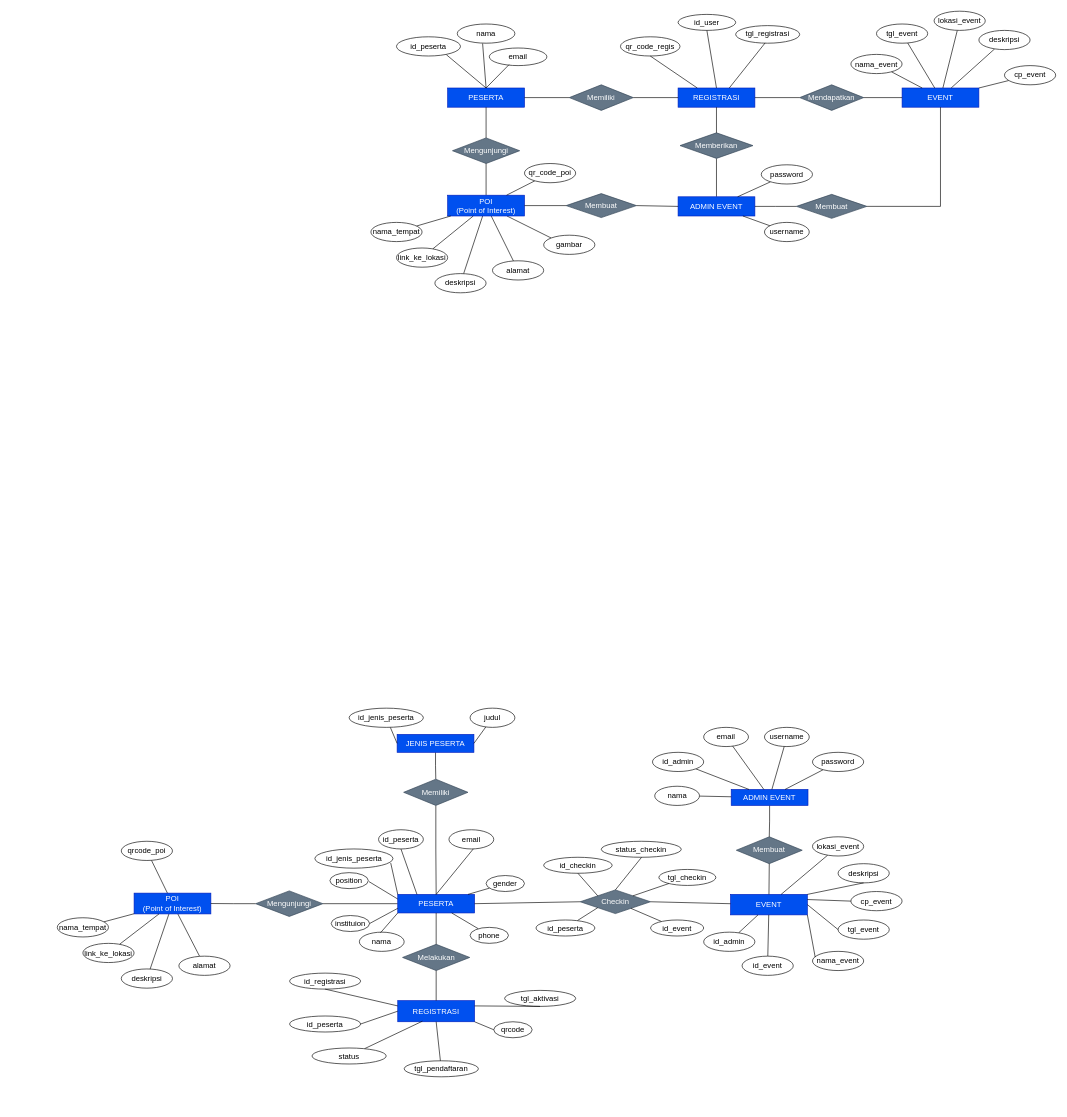
Before: diagram/citynet_dfd.drawio in kominfo-denpasar/drawio, a draw.io diagram. Source tidied: cells renumbered, new cells numbered last; positions are measured from the earlier drawing's top-left corner, leaving out a move shared by most shapes. Both pictures are drawn from the tidied source at 64%, with x=0, y=0 at pixel (57, 11).
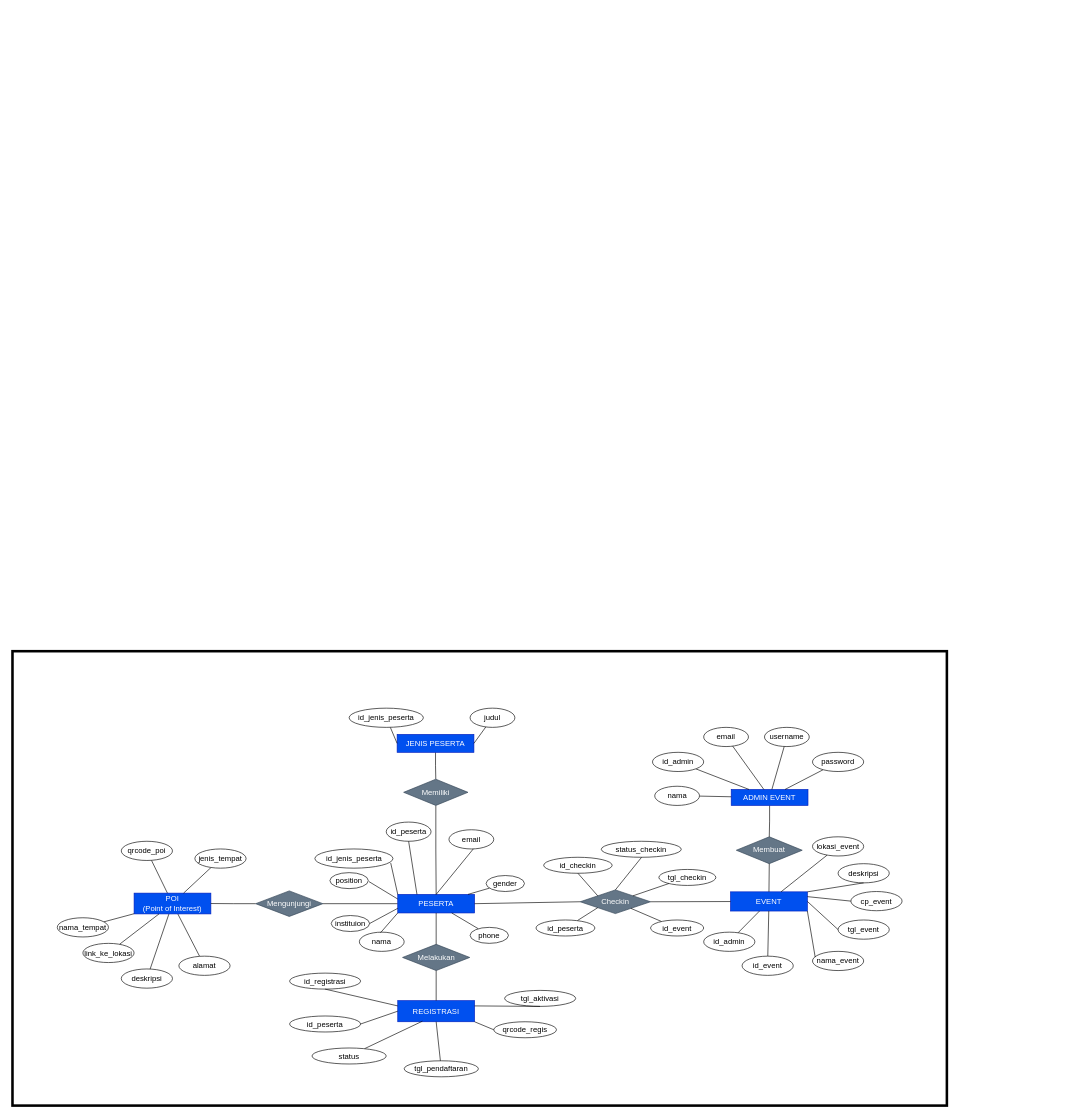
Above is the later version.

Unchanged cells that the change refers to:
```xml
<mxCell id="148" value="POI&lt;div&gt;(Point of Interest)&lt;/div&gt;" style="rounded=0;whiteSpace=wrap;html=1;fillColor=#0050ef;strokeColor=#001DBC;fontColor=#ffffff;" parent="1" vertex="1">
  <mxGeometry x="120" y="1378" width="120" height="32.5" as="geometry" />
</mxCell>
```

Change to the diagram source:
```diff
@@
-    <mxCell id="2" value="PESERTA" style="rounded=0;whiteSpace=wrap;html=1;fillColor=#0050ef;strokeColor=#001DBC;fontColor=#ffffff;" parent="1" vertex="1">
-      <mxGeometry x="610" y="120" width="120" height="30" as="geometry" />
-    </mxCell>
-    <mxCell id="3" value="Memiliki" style="rhombus;whiteSpace=wrap;html=1;fillColor=#647687;fontColor=#ffffff;strokeColor=#314354;" parent="1" vertex="1">
-      <mxGeometry x="800" y="115" width="100" height="40" as="geometry" />
-    </mxCell>
-    <mxCell id="4" value="REGISTRASI" style="rounded=0;whiteSpace=wrap;html=1;fillColor=#0050ef;strokeColor=#001DBC;fontColor=#ffffff;" parent="1" vertex="1">
-      <mxGeometry x="970" y="120" width="120" height="30" as="geometry" />
-    </mxCell>
-    <mxCell id="5" style="endArrow=none;html=1;rounded=0;entryX=0;entryY=0.5;entryDx=0;entryDy=0;exitX=1;exitY=0.5;exitDx=0;exitDy=0;" parent="1" edge="1" source="2" target="3">
-      <mxGeometry relative="1" as="geometry" />
-    </mxCell>
-    <mxCell id="6" value="id_peserta" style="ellipse;whiteSpace=wrap;html=1;" parent="1" vertex="1">
-      <mxGeometry x="530" y="40" width="100" height="30" as="geometry" />
-    </mxCell>
-    <mxCell id="7" value="nama" style="ellipse;whiteSpace=wrap;html=1;" parent="1" vertex="1">
-      <mxGeometry x="625" y="20" width="90" height="30" as="geometry" />
-    </mxCell>
-    <mxCell id="8" value="email" style="ellipse;whiteSpace=wrap;html=1;" parent="1" vertex="1">
-      <mxGeometry x="675" y="57.5" width="90" height="27.5" as="geometry" />
-    </mxCell>
-    <mxCell id="9" style="endArrow=none;html=1;rounded=0;exitX=0.5;exitY=0;exitDx=0;exitDy=0;entryX=0.779;entryY=0.931;entryDx=0;entryDy=0;entryPerimeter=0;" parent="1" edge="1" source="2" target="6">
-      <mxGeometry relative="1" as="geometry" />
-    </mxCell>
-    <mxCell id="10" style="endArrow=none;html=1;rounded=0;exitX=0.5;exitY=0;exitDx=0;exitDy=0;entryX=0.44;entryY=1.019;entryDx=0;entryDy=0;entryPerimeter=0;" parent="1" edge="1" source="2" target="7">
-      <mxGeometry relative="1" as="geometry" />
-    </mxCell>
-    <mxCell id="11" style="endArrow=none;html=1;rounded=0;entryX=0.343;entryY=0.946;entryDx=0;entryDy=0;entryPerimeter=0;" parent="1" edge="1" target="8">
-      <mxGeometry relative="1" as="geometry">
-        <mxPoint x="670" y="120" as="sourcePoint" />
-      </mxGeometry>
-    </mxCell>
-    <mxCell id="12" style="endArrow=none;html=1;rounded=0;entryX=0;entryY=0.5;entryDx=0;entryDy=0;exitX=1;exitY=0.5;exitDx=0;exitDy=0;" parent="1" edge="1" source="3" target="4">
-      <mxGeometry relative="1" as="geometry" />
-    </mxCell>
-    <mxCell id="13" value="Mendapatkan" style="rhombus;whiteSpace=wrap;html=1;fillColor=#647687;fontColor=#ffffff;strokeColor=#314354;" parent="1" vertex="1">
-      <mxGeometry x="1160" y="115" width="100" height="40" as="geometry" />
-    </mxCell>
-    <mxCell id="14" value="EVENT" style="rounded=0;whiteSpace=wrap;html=1;fillColor=#0050ef;strokeColor=#001DBC;fontColor=#ffffff;" parent="1" vertex="1">
-      <mxGeometry x="1320" y="120" width="120" height="30" as="geometry" />
-    </mxCell>
-    <mxCell id="15" style="endArrow=none;html=1;rounded=0;entryX=0;entryY=0.5;entryDx=0;entryDy=0;exitX=1;exitY=0.5;exitDx=0;exitDy=0;" parent="1" edge="1" source="4" target="13">
-      <mxGeometry relative="1" as="geometry" />
-    </mxCell>
-    <mxCell id="16" style="endArrow=none;html=1;rounded=0;exitX=1;exitY=0.5;exitDx=0;exitDy=0;entryX=0;entryY=0.5;entryDx=0;entryDy=0;" parent="1" edge="1" source="13" target="14">
-      <mxGeometry relative="1" as="geometry" />
-    </mxCell>
-    <mxCell id="17" value="qr_code_regis" style="ellipse;whiteSpace=wrap;html=1;" parent="1" vertex="1">
-      <mxGeometry x="880" y="40" width="93" height="30" as="geometry" />
-    </mxCell>
-    <mxCell id="18" value="id_user" style="ellipse;whiteSpace=wrap;html=1;" parent="1" vertex="1">
-      <mxGeometry x="970" y="5" width="90" height="25" as="geometry" />
-    </mxCell>
-    <mxCell id="19" value="tgl_registrasi" style="ellipse;whiteSpace=wrap;html=1;" parent="1" vertex="1">
-      <mxGeometry x="1060" y="22.5" width="100" height="27.5" as="geometry" />
-    </mxCell>
-    <mxCell id="20" style="endArrow=none;html=1;rounded=0;exitX=0.25;exitY=0;exitDx=0;exitDy=0;entryX=0.5;entryY=1;entryDx=0;entryDy=0;" parent="1" edge="1" source="4" target="17">
-      <mxGeometry relative="1" as="geometry" />
-    </mxCell>
-    <mxCell id="21" style="endArrow=none;html=1;rounded=0;exitX=0.5;exitY=0;exitDx=0;exitDy=0;entryX=0.5;entryY=1;entryDx=0;entryDy=0;" parent="1" edge="1" source="4" target="18">
-      <mxGeometry relative="1" as="geometry" />
-    </mxCell>
-    <mxCell id="22" style="endArrow=none;html=1;rounded=0;entryX=0.46;entryY=0.986;entryDx=0;entryDy=0;entryPerimeter=0;" parent="1" edge="1" target="19">
-      <mxGeometry relative="1" as="geometry">
-        <mxPoint x="1050" y="120" as="sourcePoint" />
-      </mxGeometry>
-    </mxCell>
-    <mxCell id="23" value="Mengunjungi" style="rhombus;whiteSpace=wrap;html=1;fillColor=#647687;fontColor=#ffffff;strokeColor=#314354;" parent="1" vertex="1">
-      <mxGeometry x="617.5" y="198" width="105" height="40" as="geometry" />
-    </mxCell>
-    <mxCell id="24" style="edgeStyle=orthogonalEdgeStyle;rounded=0;jettySize=auto;html=1;entryX=0.5;entryY=1;entryDx=0;entryDy=0;endArrow=none;endFill=0;" parent="1" edge="1" source="28" target="23">
-      <mxGeometry relative="1" as="geometry" />
-    </mxCell>
-    <mxCell id="25" style="rounded=0;jettySize=auto;html=1;entryX=0;entryY=0;entryDx=0;entryDy=0;endArrow=none;endFill=0;" parent="1" edge="1" source="28" target="60">
-      <mxGeometry relative="1" as="geometry" />
-    </mxCell>
-    <mxCell id="26" style="rounded=0;jettySize=auto;html=1;endArrow=none;endFill=0;" parent="1" edge="1" source="28" target="55">
-      <mxGeometry relative="1" as="geometry" />
-    </mxCell>
-    <mxCell id="27" style="rounded=0;jettySize=auto;html=1;endArrow=none;endFill=0;" parent="1" edge="1" source="28" target="52">
-      <mxGeometry relative="1" as="geometry" />
-    </mxCell>
-    <mxCell id="28" value="POI&lt;div&gt;(Point of Interest)&lt;/div&gt;" style="rounded=0;whiteSpace=wrap;html=1;fillColor=#0050ef;strokeColor=#001DBC;fontColor=#ffffff;" parent="1" vertex="1">
-      <mxGeometry x="610" y="287.5" width="120" height="32.5" as="geometry" />
-    </mxCell>
-    <mxCell id="29" value="Membuat" style="rhombus;whiteSpace=wrap;html=1;fillColor=#647687;fontColor=#ffffff;strokeColor=#314354;" parent="1" vertex="1">
-      <mxGeometry x="795" y="285" width="110" height="37.5" as="geometry" />
-    </mxCell>
-    <mxCell id="30" style="edgeStyle=orthogonalEdgeStyle;rounded=0;jettySize=auto;html=1;entryX=0.5;entryY=1;entryDx=0;entryDy=0;endArrow=none;endFill=0;" parent="1" edge="1" source="31" target="34">
-      <mxGeometry relative="1" as="geometry" />
-    </mxCell>
-    <mxCell id="31" value="ADMIN EVENT" style="rounded=0;whiteSpace=wrap;html=1;fillColor=#0050ef;strokeColor=#001DBC;fontColor=#ffffff;" parent="1" vertex="1">
-      <mxGeometry x="970" y="290" width="120" height="30" as="geometry" />
-    </mxCell>
-    <mxCell id="32" style="edgeStyle=orthogonalEdgeStyle;rounded=0;jettySize=auto;html=1;endArrow=none;endFill=0;" parent="1" edge="1" source="33" target="31">
-      <mxGeometry relative="1" as="geometry" />
-    </mxCell>
-    <mxCell id="33" value="Membuat" style="rhombus;whiteSpace=wrap;html=1;fillColor=#647687;fontColor=#ffffff;strokeColor=#314354;" parent="1" vertex="1">
-      <mxGeometry x="1155" y="286.2" width="110" height="37.5" as="geometry" />
-    </mxCell>
-    <mxCell id="34" value="Memberikan" style="rhombus;whiteSpace=wrap;html=1;fillColor=#647687;fontColor=#ffffff;strokeColor=#314354;" parent="1" vertex="1">
-      <mxGeometry x="973" y="190" width="114" height="40" as="geometry" />
-    </mxCell>
-    <mxCell id="35" style="endArrow=none;html=1;rounded=0;exitX=0.5;exitY=0;exitDx=0;exitDy=0;entryX=0.5;entryY=1;entryDx=0;entryDy=0;" parent="1" edge="1" source="23" target="2">
-      <mxGeometry relative="1" as="geometry" />
-    </mxCell>
-    <mxCell id="36" style="endArrow=none;html=1;rounded=0;entryX=0;entryY=0.5;entryDx=0;entryDy=0;exitX=1;exitY=0.5;exitDx=0;exitDy=0;" parent="1" edge="1" source="28" target="29">
-      <mxGeometry relative="1" as="geometry" />
-    </mxCell>
-    <mxCell id="37" style="endArrow=none;html=1;rounded=0;entryX=0;entryY=0.5;entryDx=0;entryDy=0;exitX=1;exitY=0.5;exitDx=0;exitDy=0;" parent="1" edge="1" source="29" target="31">
-      <mxGeometry relative="1" as="geometry" />
-    </mxCell>
-    <mxCell id="38" style="endArrow=none;html=1;rounded=0;exitX=0.5;exitY=0;exitDx=0;exitDy=0;entryX=0.5;entryY=1;entryDx=0;entryDy=0;" parent="1" edge="1" source="34" target="4">
-      <mxGeometry relative="1" as="geometry" />
-    </mxCell>
-    <mxCell id="39" style="endArrow=none;html=1;rounded=0;entryX=0.5;entryY=1;entryDx=0;entryDy=0;exitX=1;exitY=0.5;exitDx=0;exitDy=0;" parent="1" edge="1" source="33" target="14">
-      <mxGeometry relative="1" as="geometry">
-        <Array as="points">
-          <mxPoint x="1380" y="305" />
-        </Array>
-      </mxGeometry>
-    </mxCell>
-    <mxCell id="40" style="rounded=0;jettySize=auto;html=1;endArrow=none;endFill=0;" parent="1" edge="1" source="41" target="14">
-      <mxGeometry relative="1" as="geometry" />
-    </mxCell>
-    <mxCell id="41" value="nama_event" style="ellipse;whiteSpace=wrap;html=1;" parent="1" vertex="1">
-      <mxGeometry x="1240" y="67.5" width="80" height="30" as="geometry" />
-    </mxCell>
-    <mxCell id="42" style="rounded=0;jettySize=auto;html=1;endArrow=none;endFill=0;" parent="1" edge="1" source="43" target="14">
-      <mxGeometry relative="1" as="geometry" />
-    </mxCell>
-    <mxCell id="43" value="tgl_event" style="ellipse;whiteSpace=wrap;html=1;" parent="1" vertex="1">
-      <mxGeometry x="1280" y="20" width="80" height="30" as="geometry" />
-    </mxCell>
-    <mxCell id="44" style="rounded=0;jettySize=auto;html=1;endArrow=none;endFill=0;" parent="1" edge="1" source="45" target="14">
-      <mxGeometry relative="1" as="geometry" />
-    </mxCell>
-    <mxCell id="45" value="lokasi_event" style="ellipse;whiteSpace=wrap;html=1;" parent="1" vertex="1">
-      <mxGeometry x="1370" width="80" height="30" as="geometry" />
-    </mxCell>
-    <mxCell id="46" style="rounded=0;jettySize=auto;html=1;endArrow=none;endFill=0;" parent="1" edge="1" source="47" target="14">
-      <mxGeometry relative="1" as="geometry" />
-    </mxCell>
-    <mxCell id="47" value="deskripsi" style="ellipse;whiteSpace=wrap;html=1;" parent="1" vertex="1">
-      <mxGeometry x="1440" y="30" width="80" height="30" as="geometry" />
-    </mxCell>
-    <mxCell id="48" style="rounded=0;jettySize=auto;html=1;endArrow=none;endFill=0;" parent="1" edge="1" source="49" target="14">
-      <mxGeometry relative="1" as="geometry" />
-    </mxCell>
-    <mxCell id="49" value="cp_event" style="ellipse;whiteSpace=wrap;html=1;" parent="1" vertex="1">
-      <mxGeometry x="1480" y="85" width="80" height="30" as="geometry" />
-    </mxCell>
-    <mxCell id="50" style="rounded=0;jettySize=auto;html=1;endArrow=none;endFill=0;" parent="1" edge="1" source="51" target="28">
-      <mxGeometry relative="1" as="geometry" />
-    </mxCell>
-    <mxCell id="51" value="nama_tempat" style="ellipse;whiteSpace=wrap;html=1;" parent="1" vertex="1">
-      <mxGeometry x="490" y="330" width="80" height="30" as="geometry" />
-    </mxCell>
-    <mxCell id="52" value="deskripsi" style="ellipse;whiteSpace=wrap;html=1;" parent="1" vertex="1">
-      <mxGeometry x="590" y="410" width="80" height="30" as="geometry" />
-    </mxCell>
-    <mxCell id="53" style="rounded=0;jettySize=auto;html=1;endArrow=none;endFill=0;" parent="1" edge="1" source="54" target="28">
-      <mxGeometry relative="1" as="geometry" />
-    </mxCell>
-    <mxCell id="54" value="link_ke_lokasi" style="ellipse;whiteSpace=wrap;html=1;" parent="1" vertex="1">
-      <mxGeometry x="530" y="370" width="80" height="30" as="geometry" />
-    </mxCell>
-    <mxCell id="55" value="alamat" style="ellipse;whiteSpace=wrap;html=1;" parent="1" vertex="1">
-      <mxGeometry x="680" y="390" width="80" height="30" as="geometry" />
-    </mxCell>
-    <mxCell id="56" style="rounded=0;jettySize=auto;html=1;endArrow=none;endFill=0;" parent="1" edge="1" source="57" target="31">
-      <mxGeometry relative="1" as="geometry" />
-    </mxCell>
-    <mxCell id="57" value="username" style="ellipse;whiteSpace=wrap;html=1;" parent="1" vertex="1">
-      <mxGeometry x="1105" y="330" width="70" height="30" as="geometry" />
-    </mxCell>
-    <mxCell id="58" style="rounded=0;jettySize=auto;html=1;endArrow=none;endFill=0;" parent="1" edge="1" source="59" target="31">
-      <mxGeometry relative="1" as="geometry" />
-    </mxCell>
-    <mxCell id="59" value="password" style="ellipse;whiteSpace=wrap;html=1;" parent="1" vertex="1">
-      <mxGeometry x="1100" y="240" width="80" height="30" as="geometry" />
-    </mxCell>
-    <mxCell id="60" value="gambar" style="ellipse;whiteSpace=wrap;html=1;" parent="1" vertex="1">
-      <mxGeometry x="760" y="350" width="80" height="30" as="geometry" />
-    </mxCell>
-    <mxCell id="61" style="rounded=0;jettySize=auto;html=1;endArrow=none;endFill=0;" parent="1" edge="1" source="62" target="28">
-      <mxGeometry relative="1" as="geometry" />
-    </mxCell>
-    <mxCell id="62" value="qr_code_poi" style="ellipse;whiteSpace=wrap;html=1;" parent="1" vertex="1">
-      <mxGeometry x="730" y="238" width="80" height="30" as="geometry" />
-    </mxCell>
-    <mxCell id="63" style="edgeStyle=orthogonalEdgeStyle;rounded=0;orthogonalLoop=1;jettySize=auto;html=1;exitX=0.5;exitY=1;exitDx=0;exitDy=0;" parent="1" edge="1" source="45" target="45">
-      <mxGeometry relative="1" as="geometry" />
-    </mxCell>
@@
     <mxCell id="68" value="id_peserta" style="ellipse;whiteSpace=wrap;html=1;" parent="1" vertex="1">
-      <mxGeometry x="502" y="1279" width="70" height="30" as="geometry" />
+      <mxGeometry x="514" y="1267" width="70" height="30" as="geometry" />
     </mxCell>
@@
     <mxCell id="74" value="EVENT" style="rounded=0;whiteSpace=wrap;html=1;fillColor=#0050ef;fontColor=#ffffff;strokeColor=#001DBC;" parent="1" vertex="1">
-      <mxGeometry x="1052" y="1380" width="120" height="32" as="geometry" />
+      <mxGeometry x="1052" y="1376" width="120" height="30" as="geometry" />
     </mxCell>
@@
-    <mxCell id="107" value="qrcode" style="ellipse;whiteSpace=wrap;html=1;" parent="1" vertex="1">
-      <mxGeometry x="682" y="1579" width="60" height="25" as="geometry" />
+    <mxCell id="107" value="qrcode_regis" style="ellipse;whiteSpace=wrap;html=1;" parent="1" vertex="1">
+      <mxGeometry x="682" y="1579" width="98" height="25" as="geometry" />
     </mxCell>
@@
+    <mxCell id="161" style="rounded=0;jettySize=auto;html=1;endArrow=none;endFill=0;" parent="1" edge="1" source="162" target="148">
+      <mxGeometry relative="1" as="geometry" />
+    </mxCell>
+    <mxCell id="162" value="jenis_tempat" style="ellipse;whiteSpace=wrap;html=1;" parent="1" vertex="1">
+      <mxGeometry x="215" y="1309" width="80" height="30" as="geometry" />
+    </mxCell>
+    <mxCell id="163" style="rounded=0;whiteSpace=wrap;html=1;fillColor=none;strokeWidth=4;" parent="1" vertex="1">
+      <mxGeometry x="-70" y="1000" width="1460" height="710" as="geometry" />
+    </mxCell>
```
